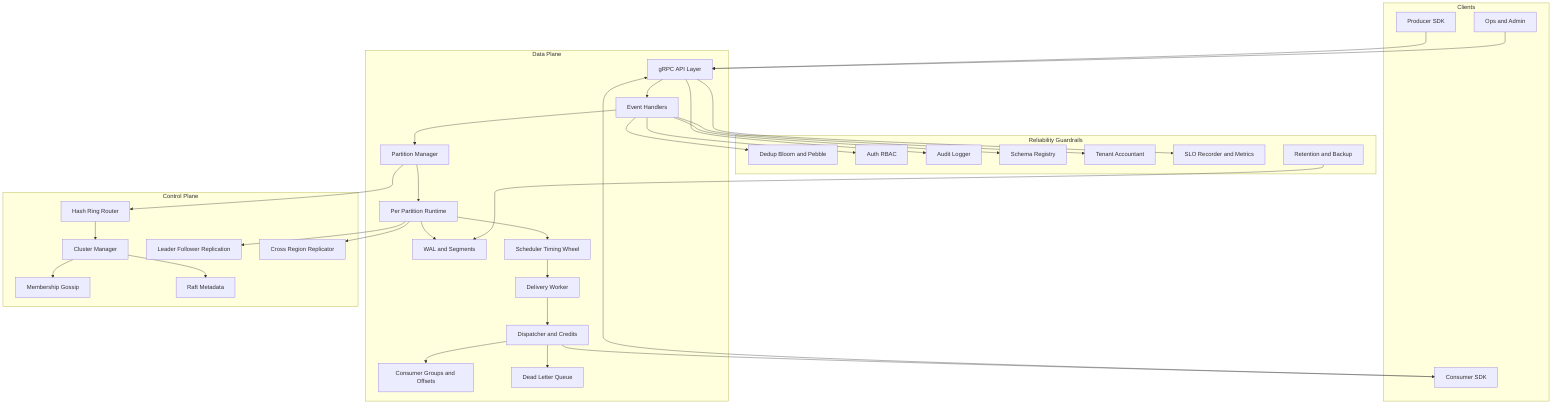
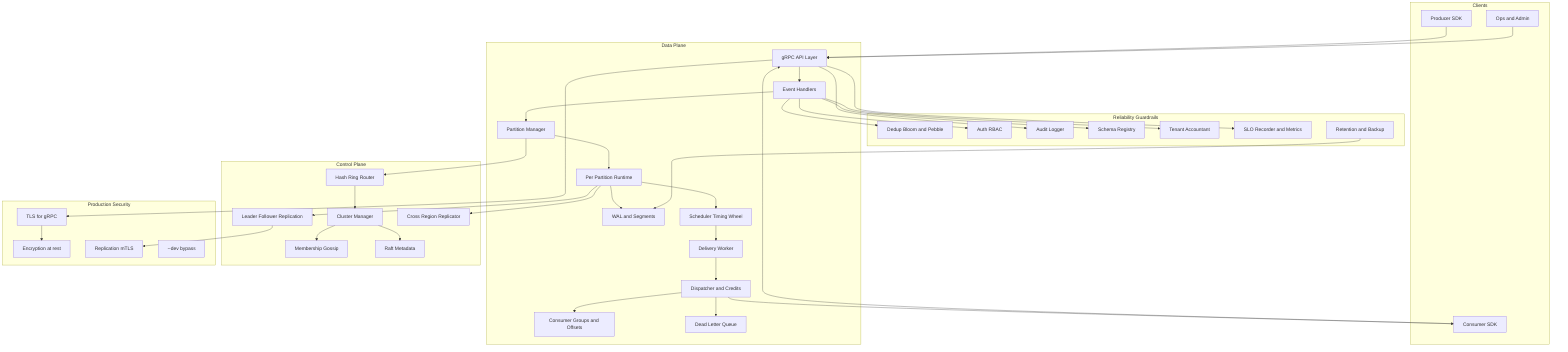
flowchart TB
    subgraph Client_Side[Clients]
      Producer[Producer SDK]
      Consumer[Consumer SDK]
      Admin[Ops and Admin]
    end

    subgraph Data_Plane[Data Plane]
      APIGW[gRPC API Layer]
      EventH[Event Handlers]
      PM[Partition Manager]
      Partition[Per Partition Runtime]
      WAL[WAL and Segments]
      Sched[Scheduler Timing Wheel]
      Worker[Delivery Worker]
      Disp[Dispatcher and Credits]
      Group[Consumer Groups and Offsets]
      DLQ[Dead Letter Queue]
    end

    subgraph Control_Plane[Control Plane]
      ClusterM[Cluster Manager]
      Router[Hash Ring Router]
      Membership[Membership Gossip]
      Raft[Raft Metadata]
      Replication[Leader Follower Replication]
      CrossRegion[Cross Region Replicator]
    end

    subgraph Guardrails[Reliability Guardrails]
      Dedup[Dedup Bloom and Pebble]
      Auth[Auth RBAC]
      Audit[Audit Logger]
      Schema[Schema Registry]
      Tenant[Tenant Accountant]
      SLO[SLO Recorder and Metrics]
      Compliance[Retention and Backup]
    end

+     subgraph Security[Production Security]
+       TLS[TLS for gRPC]
+       EncAtRest[Encryption at rest]
+       ReplMTLS[Replication mTLS]
+       DevMode[--dev bypass]
+     end
+ 
    Producer --> APIGW
    Consumer --> APIGW
    Admin --> APIGW

    APIGW --> EventH
    EventH --> PM
    PM --> Partition
    Partition --> WAL
    Partition --> Sched
    Sched --> Worker
    Worker --> Disp
    Disp --> Consumer
    Disp --> Group
    Disp --> DLQ

+     APIGW --> TLS
    EventH --> Dedup
    EventH --> Auth
    EventH --> Schema
    EventH --> Tenant
    APIGW --> Audit
    APIGW --> SLO

    PM --> Router
    Router --> ClusterM
    ClusterM --> Membership
    ClusterM --> Raft
    Partition --> Replication
+     Replication --> ReplMTLS
    Partition --> CrossRegion
-     Compliance --> WAL+     Compliance --> WAL
+     TLS --> EncAtRest